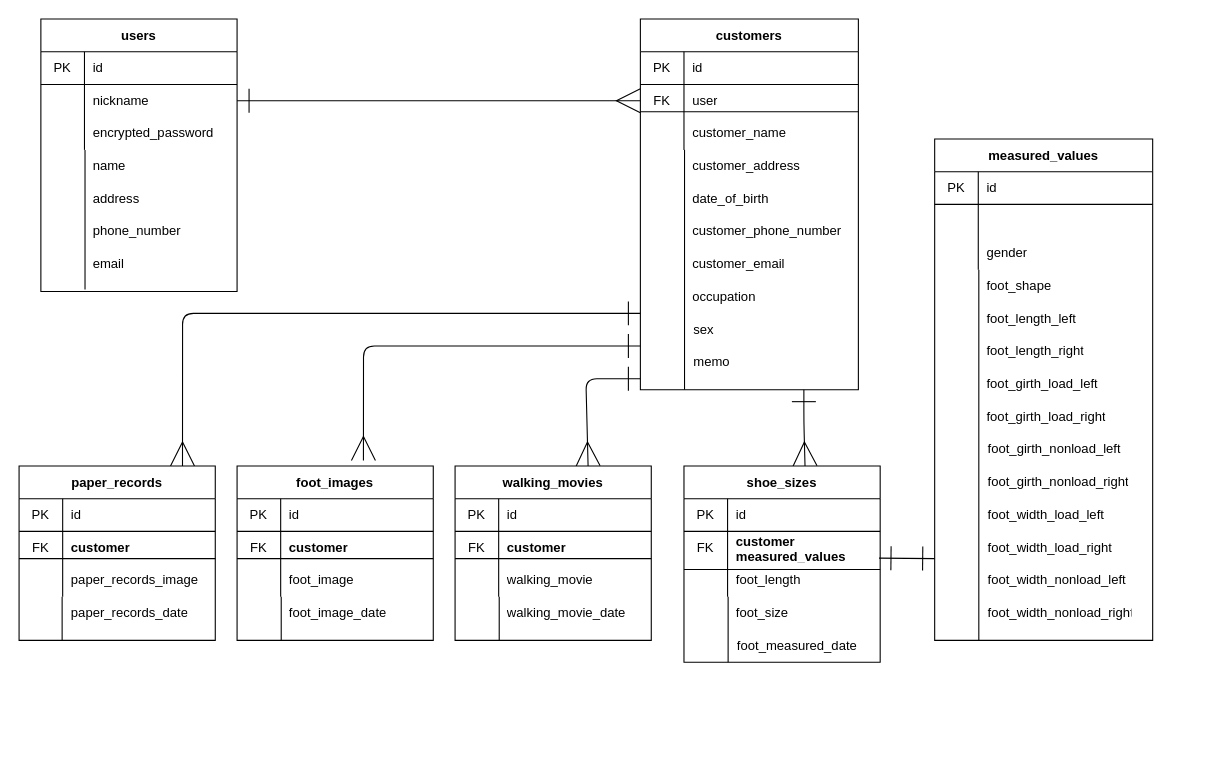
Before: ER図.dio in coffta/shoefit-pro, a draw.io diagram. Source tidied: cells renumbered, new cells numbered last; positions are measured from the earlier drawing's top-left corner, leaving out a move shared by most shapes. Both pictures are drawn from the tidied source at 109%, with x=0, y=0 at pixel (19, 19).
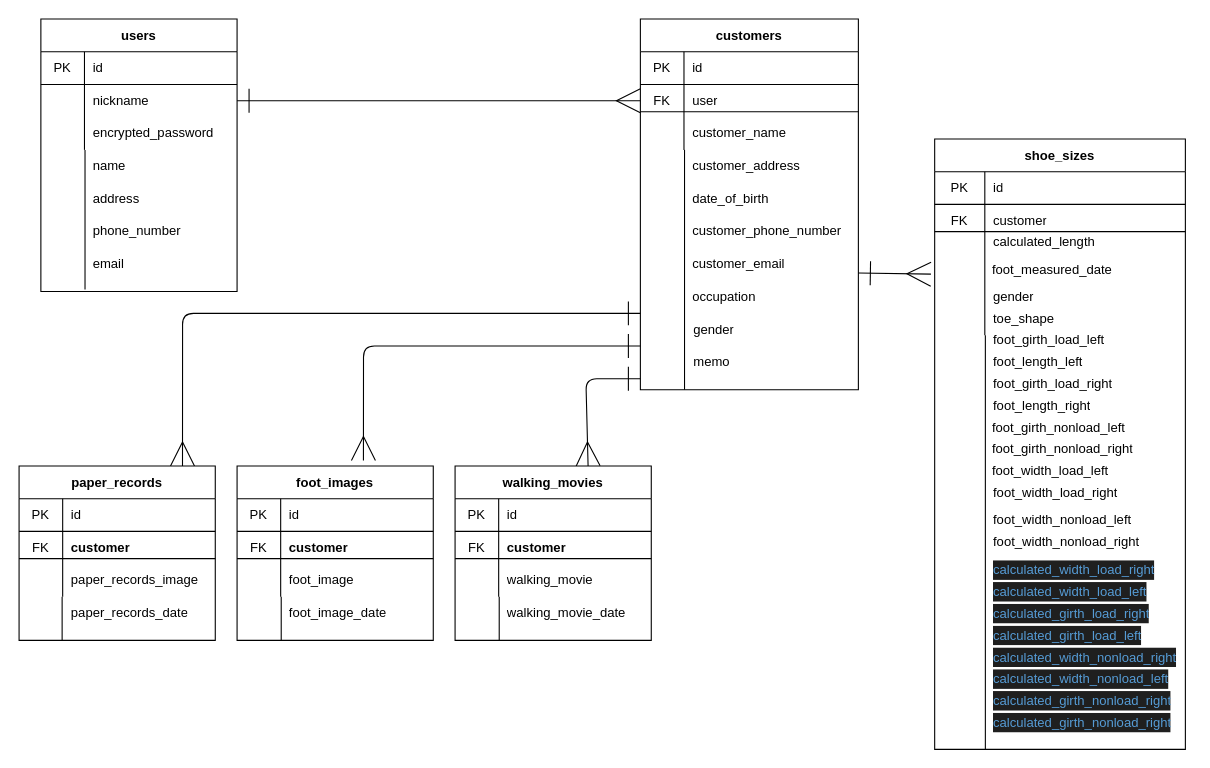
The same diagram, later.

The change refers to these unchanged cells:
```xml
<mxCell id="20" value="customers" style="shape=table;startSize=30;childLayout=tableLayout;rowLines=0;fontStyle=1;" parent="1" vertex="1">
  <mxGeometry x="570" width="200" height="340" as="geometry" />
</mxCell>
```

Diff of the diagram source:
```diff
@@
-    <mxCell id="38" value="sex" style="shape=partialRectangle;html=1;whiteSpace=wrap;fillColor=none;top=0;left=0;bottom=0;right=0;align=left;spacingLeft=6;overflow=hidden;" parent="1" vertex="1">
+    <mxCell id="38" value="gender" style="shape=partialRectangle;html=1;whiteSpace=wrap;fillColor=none;top=0;left=0;bottom=0;right=0;align=left;spacingLeft=6;overflow=hidden;" parent="1" vertex="1">
       <mxGeometry x="611" y="270" width="140" height="30" as="geometry" />
     </mxCell>
@@
-    <mxCell id="42" style="edgeStyle=none;html=1;entryX=0.617;entryY=0;entryDx=0;entryDy=0;startArrow=ERone;startFill=0;endArrow=ERmany;endFill=0;startSize=20;endSize=20;exitX=0.75;exitY=1;exitDx=0;exitDy=0;entryPerimeter=0;" parent="1" edge="1" source="20" target="76">
+    <mxCell id="42" style="edgeStyle=none;html=1;startArrow=ERone;startFill=0;endArrow=ERmany;endFill=0;startSize=20;endSize=20;entryX=-0.015;entryY=0.378;entryDx=0;entryDy=0;entryPerimeter=0;" parent="1" edge="1" target="107">
       <mxGeometry relative="1" as="geometry">
-        <Array as="points">
-          <mxPoint x="720" y="370" />
-        </Array>
+        <mxPoint x="770" y="233" as="sourcePoint" />
       </mxGeometry>
     </mxCell>
@@
-    <mxCell id="75" style="edgeStyle=none;html=1;startArrow=ERone;startFill=0;endArrow=ERone;endFill=0;startSize=20;endSize=20;exitX=0.994;exitY=0.817;exitDx=0;exitDy=0;exitPerimeter=0;" parent="1" edge="1" source="80">
-      <mxGeometry relative="1" as="geometry">
-        <mxPoint x="840" y="495" as="targetPoint" />
-      </mxGeometry>
-    </mxCell>
-    <mxCell id="76" value="shoe_sizes" style="shape=table;startSize=30;childLayout=tableLayout;rowLines=0;fontStyle=1;strokeWidth=1;" parent="1" vertex="1">
-      <mxGeometry x="610" y="410" width="180" height="180" as="geometry" />
-    </mxCell>
-    <mxCell id="77" style="shape=tableRow;horizontal=0;startSize=0;swimlaneHead=0;swimlaneBody=0;top=0;left=0;bottom=0;right=0;fillColor=none;strokeWidth=1;" parent="76" vertex="1">
-      <mxGeometry y="30" width="180" height="30" as="geometry" />
-    </mxCell>
-    <mxCell id="78" value="PK" style="shape=partialRectangle;html=1;whiteSpace=wrap;fillColor=none;top=0;left=0;bottom=0;right=0;overflow=hidden;strokeWidth=1;" parent="77" vertex="1">
-      <mxGeometry width="40" height="30" as="geometry" />
-    </mxCell>
-    <mxCell id="79" value="id" style="shape=partialRectangle;html=1;whiteSpace=wrap;fillColor=none;top=0;left=0;bottom=0;right=0;align=left;spacingLeft=6;overflow=hidden;strokeWidth=1;" parent="77" vertex="1">
-      <mxGeometry x="40" width="140" height="30" as="geometry" />
-    </mxCell>
-    <mxCell id="80" style="shape=tableRow;horizontal=0;startSize=0;swimlaneHead=0;swimlaneBody=0;top=0;left=0;bottom=0;right=0;fillColor=none;points=[[0,0.5],[1,0.5]];portConstraint=eastwest;strokeWidth=1;" parent="76" vertex="1">
-      <mxGeometry y="60" width="180" height="30" as="geometry" />
-    </mxCell>
-    <mxCell id="81" value="FK" style="shape=partialRectangle;html=1;whiteSpace=wrap;fillColor=none;top=0;left=0;bottom=0;right=0;overflow=hidden;strokeWidth=1;" parent="80" vertex="1">
-      <mxGeometry width="40" height="30" as="geometry" />
-    </mxCell>
-    <mxCell id="82" value="&lt;span style=&quot;font-weight: 700; text-align: center;&quot;&gt;customer&lt;br&gt;measured_values&lt;br&gt;&lt;/span&gt;" style="shape=partialRectangle;html=1;whiteSpace=wrap;fillColor=none;top=0;left=0;bottom=0;right=0;align=left;spacingLeft=6;overflow=hidden;strokeWidth=1;" parent="80" vertex="1">
-      <mxGeometry x="40" width="140" height="30" as="geometry" />
-    </mxCell>
-    <mxCell id="83" style="shape=tableRow;horizontal=0;startSize=0;swimlaneHead=0;swimlaneBody=0;top=0;left=0;bottom=0;right=0;fillColor=none;strokeWidth=1;" parent="76" vertex="1">
-      <mxGeometry y="90" width="180" height="30" as="geometry" />
-    </mxCell>
-    <mxCell id="84" style="shape=partialRectangle;html=1;whiteSpace=wrap;fillColor=none;top=0;left=0;bottom=0;right=0;overflow=hidden;strokeWidth=1;" parent="83" vertex="1">
-      <mxGeometry width="40" height="30" as="geometry" />
-    </mxCell>
-    <mxCell id="85" value="foot_length" style="shape=partialRectangle;html=1;whiteSpace=wrap;fillColor=none;top=0;left=0;bottom=0;right=0;align=left;spacingLeft=6;overflow=hidden;strokeWidth=1;" parent="83" vertex="1">
-      <mxGeometry x="40" width="140" height="30" as="geometry" />
-    </mxCell>
-    <mxCell id="86" style="line;strokeWidth=1;html=1;" parent="1" vertex="1">
-      <mxGeometry x="610" y="465" width="180" height="10" as="geometry" />
-    </mxCell>
@@
-    <mxCell id="91" style="line;strokeWidth=1;html=1;" parent="1" vertex="1">
-      <mxGeometry x="610" y="500" width="180" height="10" as="geometry" />
-    </mxCell>
@@
-    <mxCell id="95" value="foot_size" style="shape=partialRectangle;html=1;whiteSpace=wrap;fillColor=none;top=0;left=0;bottom=0;right=0;align=left;spacingLeft=6;overflow=hidden;strokeWidth=1;" parent="1" vertex="1">
-      <mxGeometry x="650" y="530" width="140" height="30" as="geometry" />
-    </mxCell>
@@
-    <mxCell id="99" style="line;strokeWidth=1;direction=south;html=1;" parent="1" vertex="1">
-      <mxGeometry x="650" y="530" width="1" height="60" as="geometry" />
-    </mxCell>
-    <mxCell id="100" value="measured_values" style="shape=table;startSize=30;childLayout=tableLayout;rowLines=0;fontStyle=1;" parent="1" vertex="1">
-      <mxGeometry x="840" y="110" width="200" height="460" as="geometry" />
+    <mxCell id="100" value="shoe_sizes" style="shape=table;startSize=30;childLayout=tableLayout;rowLines=0;fontStyle=1;" parent="1" vertex="1">
+      <mxGeometry x="840" y="110" width="230" height="560" as="geometry" />
     </mxCell>
     <mxCell id="101" style="shape=tableRow;horizontal=0;startSize=0;swimlaneHead=0;swimlaneBody=0;top=0;left=0;bottom=0;right=0;fillColor=none;" parent="100" vertex="1">
-      <mxGeometry y="30" width="200" height="30" as="geometry" />
+      <mxGeometry y="30" width="230" height="30" as="geometry" />
     </mxCell>
     <mxCell id="102" value="PK" style="shape=partialRectangle;html=1;whiteSpace=wrap;fillColor=none;top=0;left=0;bottom=0;right=0;overflow=hidden;" parent="101" vertex="1">
-      <mxGeometry width="40" height="30" as="geometry" />
+      <mxGeometry width="46" height="30" as="geometry" />
     </mxCell>
     <mxCell id="103" value="id" style="shape=partialRectangle;html=1;whiteSpace=wrap;fillColor=none;top=0;left=0;bottom=0;right=0;align=left;spacingLeft=6;overflow=hidden;" parent="101" vertex="1">
-      <mxGeometry x="40" width="160" height="30" as="geometry" />
+      <mxGeometry x="46" width="184" height="30" as="geometry" />
     </mxCell>
     <mxCell id="104" style="shape=tableRow;horizontal=0;startSize=0;swimlaneHead=0;swimlaneBody=0;top=0;left=0;bottom=0;right=0;fillColor=none;" parent="100" vertex="1">
-      <mxGeometry y="60" width="200" height="30" as="geometry" />
+      <mxGeometry y="60" width="230" height="30" as="geometry" />
     </mxCell>
-    <mxCell id="105" style="shape=partialRectangle;html=1;whiteSpace=wrap;fillColor=none;top=0;left=0;bottom=0;right=0;overflow=hidden;" parent="104" vertex="1">
-      <mxGeometry width="40" height="30" as="geometry" />
+    <mxCell id="105" value="FK" style="shape=partialRectangle;html=1;whiteSpace=wrap;fillColor=none;top=0;left=0;bottom=0;right=0;overflow=hidden;" parent="104" vertex="1">
+      <mxGeometry width="46" height="30" as="geometry" />
     </mxCell>
-    <mxCell id="106" style="shape=partialRectangle;html=1;whiteSpace=wrap;fillColor=none;top=0;left=0;bottom=0;right=0;align=left;spacingLeft=6;overflow=hidden;" parent="104" vertex="1">
-      <mxGeometry x="40" width="160" height="30" as="geometry" />
+    <mxCell id="106" value="customer" style="shape=partialRectangle;html=1;whiteSpace=wrap;fillColor=none;top=0;left=0;bottom=0;right=0;align=left;spacingLeft=6;overflow=hidden;" parent="104" vertex="1">
+      <mxGeometry x="46" width="184" height="30" as="geometry" />
     </mxCell>
     <mxCell id="107" style="shape=tableRow;horizontal=0;startSize=0;swimlaneHead=0;swimlaneBody=0;top=0;left=0;bottom=0;right=0;fillColor=none;points=[[0,0.5],[1,0.5]];portConstraint=eastwest;" parent="100" vertex="1">
-      <mxGeometry y="90" width="200" height="30" as="geometry" />
+      <mxGeometry y="90" width="230" height="90" as="geometry" />
     </mxCell>
     <mxCell id="108" style="shape=partialRectangle;html=1;whiteSpace=wrap;fillColor=none;top=0;left=0;bottom=0;right=0;overflow=hidden;" parent="107" vertex="1">
-      <mxGeometry width="40" height="30" as="geometry" />
+      <mxGeometry width="46" height="90" as="geometry" />
     </mxCell>
-    <mxCell id="109" value="gender" style="shape=partialRectangle;html=1;whiteSpace=wrap;fillColor=none;top=0;left=0;bottom=0;right=0;align=left;spacingLeft=6;overflow=hidden;" parent="107" vertex="1">
-      <mxGeometry x="40" width="160" height="30" as="geometry" />
+    <mxCell id="109" style="shape=partialRectangle;html=1;whiteSpace=wrap;fillColor=none;top=0;left=0;bottom=0;right=0;align=left;spacingLeft=6;overflow=hidden;" parent="107" vertex="1">
+      <mxGeometry x="46" width="184" height="90" as="geometry" />
     </mxCell>
     <mxCell id="110" style="line;strokeWidth=1;html=1;" parent="1" vertex="1">
-      <mxGeometry x="840" y="165" width="200" height="10" as="geometry" />
+      <mxGeometry x="840" y="165" width="230" height="10" as="geometry" />
     </mxCell>
-    <mxCell id="111" value="foot_shape" style="shape=partialRectangle;html=1;whiteSpace=wrap;fillColor=none;top=0;left=0;bottom=0;right=0;align=left;spacingLeft=6;overflow=hidden;" parent="1" vertex="1">
-      <mxGeometry x="880" y="230" width="140" height="30" as="geometry" />
+    <mxCell id="111" value="toe_shape" style="shape=partialRectangle;html=1;whiteSpace=wrap;fillColor=none;top=0;left=0;bottom=0;right=0;align=left;spacingLeft=6;overflow=hidden;" parent="1" vertex="1">
+      <mxGeometry x="886" y="260" width="140" height="30" as="geometry" />
     </mxCell>
     <mxCell id="112" value="foot_length_left" style="shape=partialRectangle;html=1;whiteSpace=wrap;fillColor=none;top=0;left=0;bottom=0;right=0;align=left;spacingLeft=6;overflow=hidden;" parent="1" vertex="1">
-      <mxGeometry x="880" y="260" width="140" height="30" as="geometry" />
+      <mxGeometry x="886" y="300" width="140" height="30" as="geometry" />
     </mxCell>
     <mxCell id="113" value="foot_length_right" style="shape=partialRectangle;html=1;whiteSpace=wrap;fillColor=none;top=0;left=0;bottom=0;right=0;align=left;spacingLeft=6;overflow=hidden;" parent="1" vertex="1">
-      <mxGeometry x="880" y="290" width="150" height="30" as="geometry" />
+      <mxGeometry x="886" y="340" width="150" height="30" as="geometry" />
     </mxCell>
     <mxCell id="114" value="foot_girth_load_left" style="shape=partialRectangle;html=1;whiteSpace=wrap;fillColor=none;top=0;left=0;bottom=0;right=0;align=left;spacingLeft=6;overflow=hidden;" parent="1" vertex="1">
-      <mxGeometry x="880" y="320" width="140" height="30" as="geometry" />
+      <mxGeometry x="886" y="280" width="140" height="30" as="geometry" />
     </mxCell>
     <mxCell id="115" style="line;strokeWidth=1;direction=south;html=1;" parent="1" vertex="1">
-      <mxGeometry x="880" y="230" width="1" height="340" as="geometry" />
+      <mxGeometry x="886" y="290" width="1" height="380" as="geometry" />
     </mxCell>
     <mxCell id="116" value="foot_girth_load_right" style="shape=partialRectangle;html=1;whiteSpace=wrap;fillColor=none;top=0;left=0;bottom=0;right=0;align=left;spacingLeft=6;overflow=hidden;" parent="1" vertex="1">
-      <mxGeometry x="880" y="350" width="140" height="30" as="geometry" />
+      <mxGeometry x="886" y="320" width="140" height="30" as="geometry" />
     </mxCell>
     <mxCell id="117" value="foot_girth_nonload_left" style="shape=partialRectangle;html=1;whiteSpace=wrap;fillColor=none;top=0;left=0;bottom=0;right=0;align=left;spacingLeft=6;overflow=hidden;" parent="1" vertex="1">
-      <mxGeometry x="881" y="380" width="140" height="30" as="geometry" />
+      <mxGeometry x="885" y="360" width="140" height="30" as="geometry" />
     </mxCell>
     <mxCell id="118" value="foot_girth_nonload_right" style="shape=partialRectangle;html=1;whiteSpace=wrap;fillColor=none;top=0;left=0;bottom=0;right=0;align=left;spacingLeft=6;overflow=hidden;" parent="1" vertex="1">
-      <mxGeometry x="881" y="410" width="140" height="30" as="geometry" />
+      <mxGeometry x="885" y="380" width="140" height="30" as="geometry" />
     </mxCell>
     <mxCell id="119" value="foot_width_load_left" style="shape=partialRectangle;html=1;whiteSpace=wrap;fillColor=none;top=0;left=0;bottom=0;right=0;align=left;spacingLeft=6;overflow=hidden;" parent="1" vertex="1">
-      <mxGeometry x="881" y="440" width="140" height="30" as="geometry" />
+      <mxGeometry x="885" y="400" width="140" height="30" as="geometry" />
     </mxCell>
     <mxCell id="120" value="foot_width_load_right" style="shape=partialRectangle;html=1;whiteSpace=wrap;fillColor=none;top=0;left=0;bottom=0;right=0;align=left;spacingLeft=6;overflow=hidden;" parent="1" vertex="1">
-      <mxGeometry x="881" y="470" width="140" height="30" as="geometry" />
+      <mxGeometry x="886" y="420" width="140" height="30" as="geometry" />
     </mxCell>
     <mxCell id="121" value="foot_width_nonload_left" style="shape=partialRectangle;html=1;whiteSpace=wrap;fillColor=none;top=0;left=0;bottom=0;right=0;align=left;spacingLeft=6;overflow=hidden;" parent="1" vertex="1">
-      <mxGeometry x="881" y="500" width="140" height="30" as="geometry" />
+      <mxGeometry x="886" y="445" width="140" height="30" as="geometry" />
     </mxCell>
     <mxCell id="122" value="foot_width_nonload_right" style="shape=partialRectangle;html=1;whiteSpace=wrap;fillColor=none;top=0;left=0;bottom=0;right=0;align=left;spacingLeft=6;overflow=hidden;" parent="1" vertex="1">
-      <mxGeometry x="881" y="530" width="140" height="30" as="geometry" />
+      <mxGeometry x="886" y="465" width="149" height="30" as="geometry" />
     </mxCell>
     <mxCell id="123" value="foot_measured_date" style="shape=partialRectangle;html=1;whiteSpace=wrap;fillColor=none;top=0;left=0;bottom=0;right=0;align=left;spacingLeft=6;overflow=hidden;strokeWidth=1;" parent="1" vertex="1">
-      <mxGeometry x="651" y="560" width="140" height="30" as="geometry" />
+      <mxGeometry x="885" y="215" width="140" height="30" as="geometry" />
     </mxCell>
+    <mxCell id="124" style="line;strokeWidth=1;html=1;" parent="1" vertex="1">
+      <mxGeometry x="840" y="190" width="230" height="10" as="geometry" />
+    </mxCell>
+    <mxCell id="125" value="gender" style="shape=partialRectangle;html=1;whiteSpace=wrap;fillColor=none;top=0;left=0;bottom=0;right=0;align=left;spacingLeft=6;overflow=hidden;" parent="1" vertex="1">
+      <mxGeometry x="886" y="240" width="140" height="30" as="geometry" />
+    </mxCell>
+    <mxCell id="126" value="calculated_length" style="shape=partialRectangle;html=1;whiteSpace=wrap;fillColor=none;top=0;left=0;bottom=0;right=0;align=left;spacingLeft=6;overflow=hidden;strokeWidth=1;" parent="1" vertex="1">
+      <mxGeometry x="886" y="190" width="140" height="30" as="geometry" />
+    </mxCell>
+    <mxCell id="127" value="&lt;div style=&quot;color: rgb(204, 204, 204); background-color: rgb(31, 31, 31); line-height: 18px;&quot;&gt;&lt;span style=&quot;color: rgb(86, 156, 214);&quot;&gt;calculated_width_load_right&lt;/span&gt;&lt;/div&gt;" style="shape=partialRectangle;html=1;whiteSpace=wrap;fillColor=none;top=0;left=0;bottom=0;right=0;align=left;spacingLeft=6;overflow=hidden;" parent="1" vertex="1">
+      <mxGeometry x="886" y="490" width="169" height="30" as="geometry" />
+    </mxCell>
+    <mxCell id="128" value="&lt;div style=&quot;color: rgb(204, 204, 204); background-color: rgb(31, 31, 31); line-height: 18px;&quot;&gt;&lt;span style=&quot;color: rgb(86, 156, 214);&quot;&gt;calculated_width_load_left&lt;/span&gt;&lt;/div&gt;" style="shape=partialRectangle;html=1;whiteSpace=wrap;fillColor=none;top=0;left=0;bottom=0;right=0;align=left;spacingLeft=6;overflow=hidden;" parent="1" vertex="1">
+      <mxGeometry x="886" y="510" width="169" height="30" as="geometry" />
+    </mxCell>
+    <mxCell id="129" value="&lt;div style=&quot;color: rgb(204, 204, 204); background-color: rgb(31, 31, 31); line-height: 18px;&quot;&gt;&lt;span style=&quot;color: rgb(86, 156, 214);&quot;&gt;calculated_girth_load_right&lt;/span&gt;&lt;/div&gt;" style="shape=partialRectangle;html=1;whiteSpace=wrap;fillColor=none;top=0;left=0;bottom=0;right=0;align=left;spacingLeft=6;overflow=hidden;" parent="1" vertex="1">
+      <mxGeometry x="886" y="530" width="169" height="30" as="geometry" />
+    </mxCell>
+    <mxCell id="130" value="&lt;div style=&quot;color: rgb(204, 204, 204); background-color: rgb(31, 31, 31); line-height: 18px;&quot;&gt;&lt;span style=&quot;color: rgb(86, 156, 214);&quot;&gt;calculated_girth_load_left&lt;/span&gt;&lt;/div&gt;" style="shape=partialRectangle;html=1;whiteSpace=wrap;fillColor=none;top=0;left=0;bottom=0;right=0;align=left;spacingLeft=6;overflow=hidden;" parent="1" vertex="1">
+      <mxGeometry x="886" y="550" width="169" height="30" as="geometry" />
+    </mxCell>
+    <mxCell id="131" value="&lt;div style=&quot;color: rgb(204, 204, 204); background-color: rgb(31, 31, 31); line-height: 18px;&quot;&gt;&lt;span style=&quot;color: rgb(86, 156, 214);&quot;&gt;calculated_width_nonload_right&lt;/span&gt;&lt;/div&gt;" style="shape=partialRectangle;html=1;whiteSpace=wrap;fillColor=none;top=0;left=0;bottom=0;right=0;align=left;spacingLeft=6;overflow=hidden;" parent="1" vertex="1">
+      <mxGeometry x="886" y="570" width="189" height="30" as="geometry" />
+    </mxCell>
+    <mxCell id="132" value="&lt;div style=&quot;color: rgb(204, 204, 204); background-color: rgb(31, 31, 31); line-height: 18px;&quot;&gt;&lt;span style=&quot;color: rgb(86, 156, 214);&quot;&gt;calculated_width_nonload_left&lt;/span&gt;&lt;/div&gt;" style="shape=partialRectangle;html=1;whiteSpace=wrap;fillColor=none;top=0;left=0;bottom=0;right=0;align=left;spacingLeft=6;overflow=hidden;" parent="1" vertex="1">
+      <mxGeometry x="886" y="590" width="179" height="30" as="geometry" />
+    </mxCell>
+    <mxCell id="133" value="&lt;div style=&quot;color: rgb(204, 204, 204); background-color: rgb(31, 31, 31); line-height: 18px;&quot;&gt;&lt;span style=&quot;color: rgb(86, 156, 214);&quot;&gt;calculated_girth_nonload_right&lt;/span&gt;&lt;/div&gt;" style="shape=partialRectangle;html=1;whiteSpace=wrap;fillColor=none;top=0;left=0;bottom=0;right=0;align=left;spacingLeft=6;overflow=hidden;" parent="1" vertex="1">
+      <mxGeometry x="886" y="610" width="189" height="30" as="geometry" />
+    </mxCell>
+    <mxCell id="134" value="&lt;div style=&quot;color: rgb(204, 204, 204); background-color: rgb(31, 31, 31); line-height: 18px;&quot;&gt;&lt;span style=&quot;color: rgb(86, 156, 214);&quot;&gt;calculated_girth_nonload_right&lt;/span&gt;&lt;/div&gt;" style="shape=partialRectangle;html=1;whiteSpace=wrap;fillColor=none;top=0;left=0;bottom=0;right=0;align=left;spacingLeft=6;overflow=hidden;" parent="1" vertex="1">
+      <mxGeometry x="886" y="630" width="189" height="30" as="geometry" />
+    </mxCell>
```
